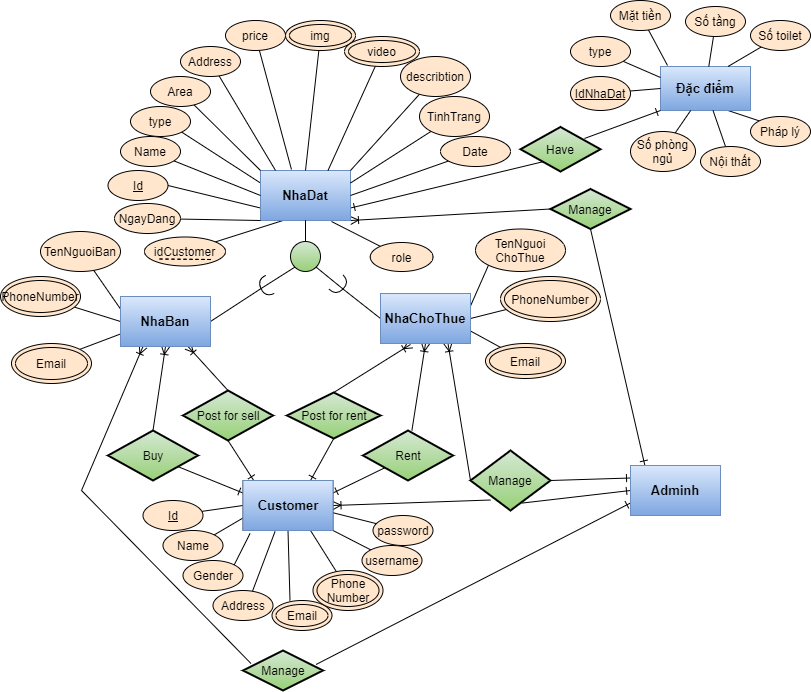
MinhPhamNhat/MnM-Real-Estate-Agency keeps this draw.io diagram as Design/ERD/CNPM_ERD_Diagram.png. Above is the earlier version. Source tidied: cells renumbered, new cells last; positions are measured from the earlier drawing's top-left corner, leaving out a move shared by most shapes.
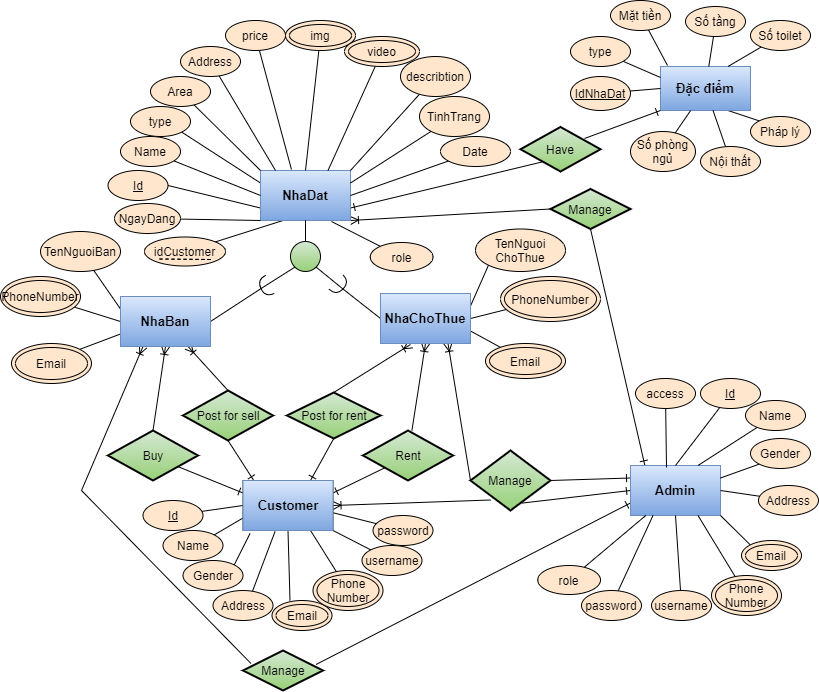
After the commit.

What changed in the source:
```diff
@@ -346,7 +346,7 @@
     <mxCell id="113" value="Manage" style="strokeWidth=2;html=1;shape=mxgraph.flowchart.decision;whiteSpace=wrap;fillColor=#d5e8d4;gradientColor=#97d077;" parent="1" vertex="1">
       <mxGeometry x="242.5" y="650" width="80" height="40" as="geometry" />
     </mxCell>
-    <mxCell id="114" value="Adminh" style="rounded=0;whiteSpace=wrap;html=1;fillColor=#dae8fc;strokeColor=#6c8ebf;fontSize=13;fontStyle=1;gradientColor=#7ea6e0;" parent="1" vertex="1">
+    <mxCell id="114" value="Admin" style="rounded=0;whiteSpace=wrap;html=1;fillColor=#dae8fc;strokeColor=#6c8ebf;fontSize=13;fontStyle=1;gradientColor=#7ea6e0;" parent="1" vertex="1">
       <mxGeometry x="630" y="465" width="90" height="50" as="geometry" />
     </mxCell>
     <mxCell id="115" value="NhaChoThue" style="rounded=0;whiteSpace=wrap;html=1;fillColor=#dae8fc;strokeColor=#6c8ebf;fontSize=13;fontStyle=1;gradientColor=#7ea6e0;" parent="1" vertex="1">
@@ -372,5 +372,65 @@
         <mxPoint x="210.5" y="259" as="targetPoint" />
       </mxGeometry>
     </mxCell>
+    <mxCell id="121" style="rounded=0;jettySize=auto;html=1;entryX=0.5;entryY=0;entryDx=0;entryDy=0;endArrow=none;endFill=0;" parent="1" edge="1" source="122" target="114">
+      <mxGeometry relative="1" as="geometry" />
+    </mxCell>
+    <mxCell id="122" value="Id" style="ellipse;whiteSpace=wrap;html=1;fontStyle=4;fillColor=#ffe6cc;" parent="1" vertex="1">
+      <mxGeometry x="700" y="378" width="60" height="30" as="geometry" />
+    </mxCell>
+    <mxCell id="123" style="edgeStyle=none;rounded=0;jettySize=auto;html=1;entryX=0.75;entryY=0;entryDx=0;entryDy=0;endArrow=none;endFill=0;" parent="1" edge="1" source="124" target="114">
+      <mxGeometry relative="1" as="geometry" />
+    </mxCell>
+    <mxCell id="124" value="Name" style="ellipse;whiteSpace=wrap;html=1;fontStyle=0;fillColor=#ffe6cc;" parent="1" vertex="1">
+      <mxGeometry x="745" y="400" width="60" height="30" as="geometry" />
+    </mxCell>
+    <mxCell id="125" style="edgeStyle=none;rounded=0;jettySize=auto;html=1;exitX=0;exitY=1;exitDx=0;exitDy=0;entryX=1;entryY=0.25;entryDx=0;entryDy=0;endArrow=none;endFill=0;" parent="1" edge="1" source="126" target="114">
+      <mxGeometry relative="1" as="geometry" />
+    </mxCell>
+    <mxCell id="126" value="Gender" style="ellipse;whiteSpace=wrap;html=1;fontStyle=0;fillColor=#ffe6cc;" parent="1" vertex="1">
+      <mxGeometry x="750" y="438" width="60" height="30" as="geometry" />
+    </mxCell>
+    <mxCell id="127" style="edgeStyle=none;rounded=0;jettySize=auto;html=1;entryX=1;entryY=0.5;entryDx=0;entryDy=0;endArrow=none;endFill=0;" parent="1" edge="1" source="128" target="114">
+      <mxGeometry relative="1" as="geometry" />
+    </mxCell>
+    <mxCell id="128" value="Address" style="ellipse;whiteSpace=wrap;html=1;fontStyle=0;fillColor=#ffe6cc;" parent="1" vertex="1">
+      <mxGeometry x="758" y="485" width="60" height="30" as="geometry" />
+    </mxCell>
+    <mxCell id="129" style="edgeStyle=none;rounded=0;jettySize=auto;html=1;exitX=0;exitY=0;exitDx=0;exitDy=0;entryX=1;entryY=1;entryDx=0;entryDy=0;endArrow=none;endFill=0;" parent="1" edge="1" source="130" target="114">
+      <mxGeometry relative="1" as="geometry" />
+    </mxCell>
+    <mxCell id="130" value="Email" style="ellipse;shape=doubleEllipse;whiteSpace=wrap;html=1;fillColor=#ffe6cc;" parent="1" vertex="1">
+      <mxGeometry x="741" y="540" width="60" height="30" as="geometry" />
+    </mxCell>
+    <mxCell id="131" style="edgeStyle=none;rounded=0;jettySize=auto;html=1;entryX=0.75;entryY=1;entryDx=0;entryDy=0;endArrow=none;endFill=0;" parent="1" edge="1" source="132" target="114">
+      <mxGeometry relative="1" as="geometry" />
+    </mxCell>
+    <mxCell id="132" value="Phone&lt;br&gt;Number" style="ellipse;shape=doubleEllipse;whiteSpace=wrap;html=1;fillColor=#ffe6cc;" parent="1" vertex="1">
+      <mxGeometry x="711" y="575" width="70" height="40" as="geometry" />
+    </mxCell>
+    <mxCell id="133" style="edgeStyle=none;rounded=0;jettySize=auto;html=1;entryX=0.5;entryY=1;entryDx=0;entryDy=0;endArrow=none;endFill=0;" parent="1" edge="1" source="134" target="114">
+      <mxGeometry relative="1" as="geometry" />
+    </mxCell>
+    <mxCell id="134" value="username" style="ellipse;whiteSpace=wrap;html=1;fontStyle=0;fillColor=#ffe6cc;" parent="1" vertex="1">
+      <mxGeometry x="651" y="590" width="60" height="30" as="geometry" />
+    </mxCell>
+    <mxCell id="135" style="edgeStyle=none;rounded=0;jettySize=auto;html=1;entryX=0.25;entryY=1;entryDx=0;entryDy=0;endArrow=none;endFill=0;" parent="1" edge="1" source="136" target="114">
+      <mxGeometry relative="1" as="geometry" />
+    </mxCell>
+    <mxCell id="136" value="password" style="ellipse;whiteSpace=wrap;html=1;fontStyle=0;fillColor=#ffe6cc;" parent="1" vertex="1">
+      <mxGeometry x="581" y="590" width="60" height="30" as="geometry" />
+    </mxCell>
+    <mxCell id="137" style="edgeStyle=none;rounded=0;jettySize=auto;html=1;endArrow=none;endFill=0;" parent="1" edge="1" source="138" target="114">
+      <mxGeometry relative="1" as="geometry" />
+    </mxCell>
+    <mxCell id="138" value="role" style="ellipse;whiteSpace=wrap;html=1;fontStyle=0;fillColor=#ffe6cc;" parent="1" vertex="1">
+      <mxGeometry x="537.2" y="565" width="62.8" height="29" as="geometry" />
+    </mxCell>
+    <mxCell id="139" style="edgeStyle=none;rounded=0;jettySize=auto;html=1;entryX=0.4;entryY=0.04;entryDx=0;entryDy=0;entryPerimeter=0;endArrow=none;endFill=0;" parent="1" edge="1" source="140" target="114">
+      <mxGeometry relative="1" as="geometry" />
+    </mxCell>
+    <mxCell id="140" value="access" style="ellipse;whiteSpace=wrap;html=1;fontStyle=0;fillColor=#ffe6cc;" parent="1" vertex="1">
+      <mxGeometry x="635" y="378" width="60" height="30" as="geometry" />
+    </mxCell>
   </root>
 </mxGraphModel>
```
